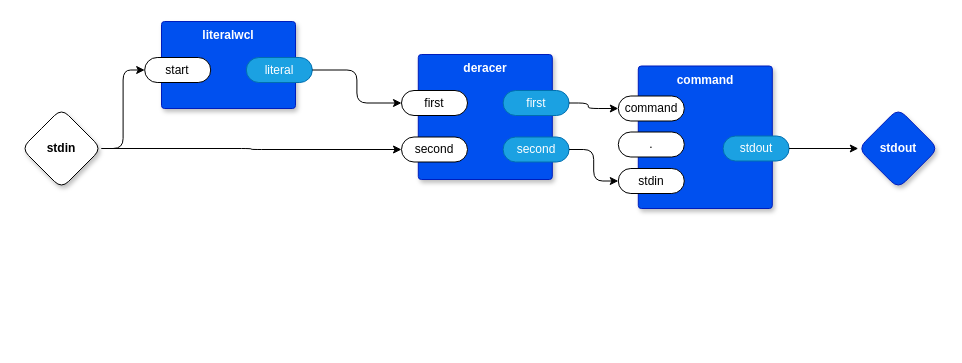
guitarvydas/odin0d keeps this draw.io diagram as page "softwcl" (5 of 5) of vsh.drawio. Above is the earlier version. Source tidied: cells renumbered, new cells numbered last; positions are measured from the earlier drawing's top-left corner, leaving out a move shared by most shapes. Both pictures are drawn from the tidied source at 100%, with x=0, y=0 at pixel (21, 21).
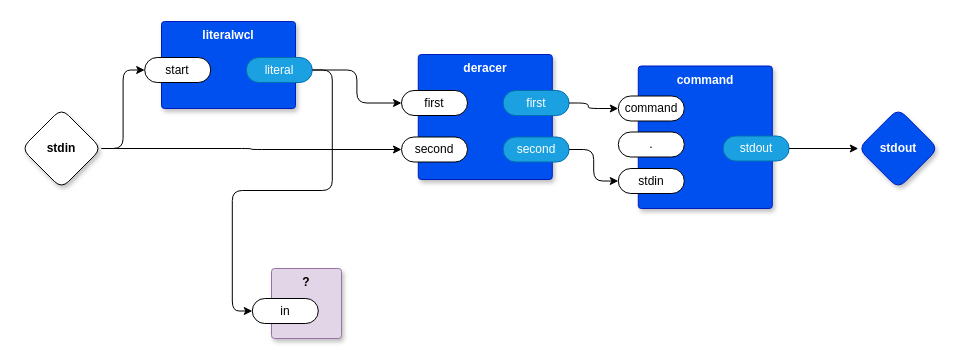
The same diagram, later.

The change refers to these unchanged cells:
```xml
<mxCell id="14" value="literal" style="rounded=1;whiteSpace=wrap;html=1;sketch=0;points=[[0,0.5,0,0,0],[1,0.5,0,0,0]];fillColor=#1ba1e2;fontColor=#ffffff;strokeColor=#006EAF;arcSize=50;" parent="12" vertex="1">
  <mxGeometry x="84.8" y="36" width="66" height="25" as="geometry" />
</mxCell>
```

The edit, as a diff of the source:
```diff
@@
+    <mxCell id="23" style="edgeStyle=orthogonalEdgeStyle;rounded=1;jettySize=auto;html=1;exitX=1;exitY=0.5;exitDx=0;exitDy=0;exitPerimeter=0;entryX=0;entryY=0.5;entryDx=0;entryDy=0;entryPerimeter=0;" parent="1" edge="1" source="14" target="25">
+      <mxGeometry relative="1" as="geometry" />
+    </mxCell>
@@
+    <mxCell id="24" value="?" style="rounded=1;whiteSpace=wrap;html=1;sketch=0;verticalAlign=top;arcSize=6;fontStyle=1;absoluteArcSize=1;shadow=1;strokeColor=#9673a6;fillColor=#e1d5e7;" parent="1" vertex="1">
+      <mxGeometry x="250" y="247" width="70" height="70" as="geometry" />
+    </mxCell>
+    <mxCell id="25" value="in" style="rounded=1;whiteSpace=wrap;html=1;sketch=0;points=[[0,0.5,0,0,0],[1,0.5,0,0,0]];arcSize=50;" parent="24" vertex="1">
+      <mxGeometry x="-19.2" y="30" width="66" height="25" as="geometry" />
+    </mxCell>
```
